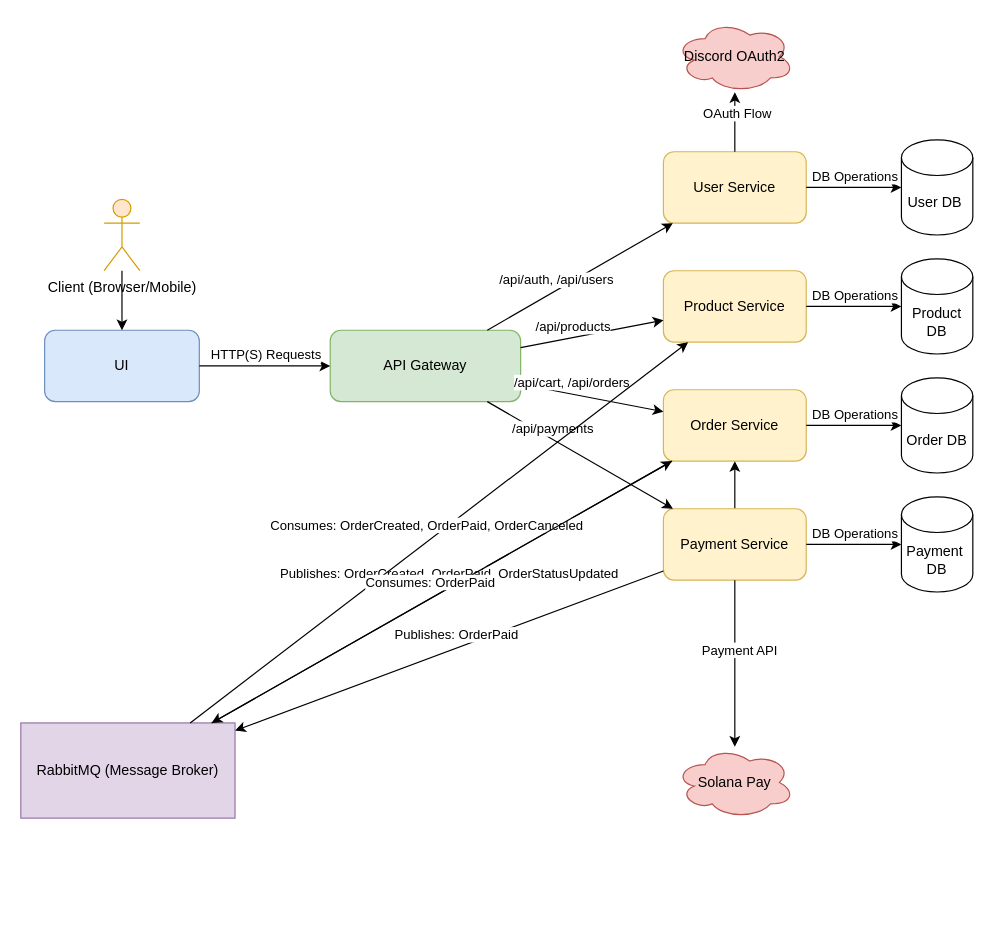
The draw.io diagram Requirement and Design/System-Diagram.drawio in happyfeetfollowme/tdccp-ecommerce-platform, before the edit. Source tidied: cells renumbered, new cells numbered last; positions are measured from the earlier drawing's top-left corner, leaving out a move shared by most shapes. Both pictures are drawn from the tidied source at 119%, with x=0, y=0 at pixel (20, 20).
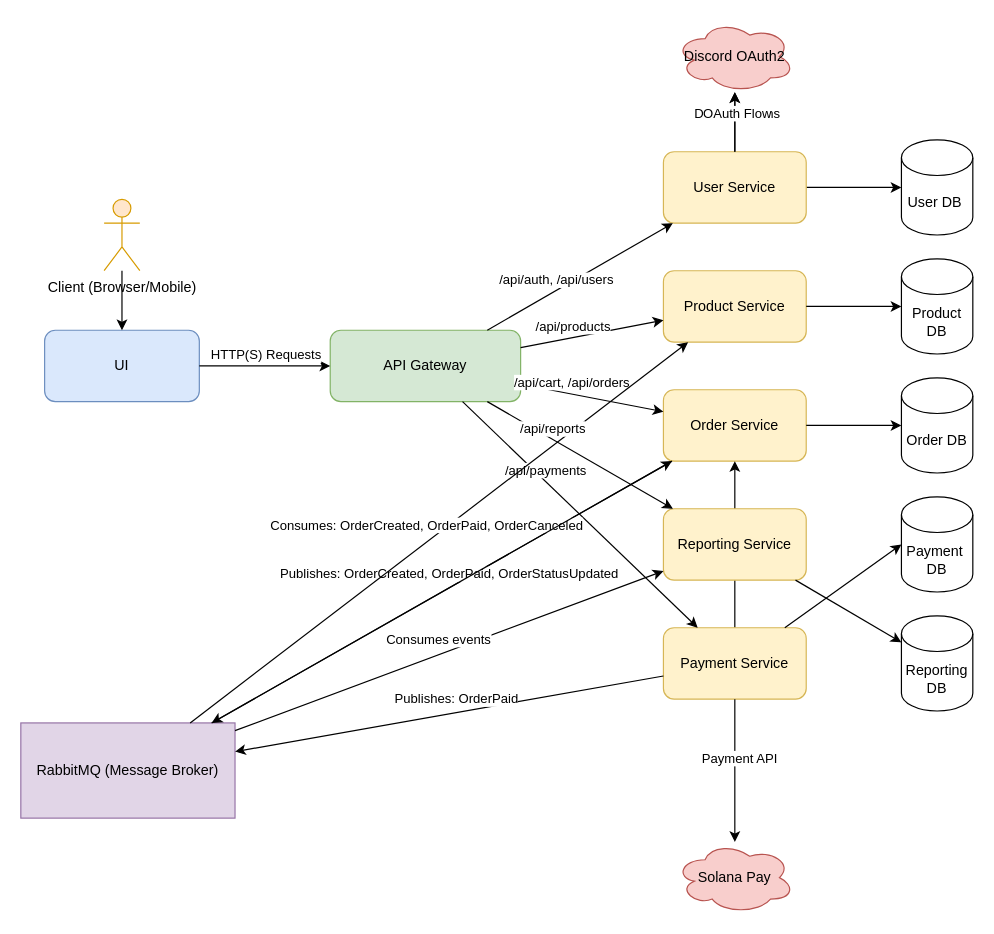
After the change.

The change refers to these unchanged cells:
```xml
<mxCell id="3" value="API Gateway" style="rounded=1;whiteSpace=wrap;html=1;fillColor=#d5e8d4;strokeColor=#82b366;" parent="1" vertex="1">
  <mxGeometry x="260" y="260" width="160" height="60" as="geometry" />
</mxCell>
<mxCell id="4" value="User Service" style="rounded=1;whiteSpace=wrap;html=1;fillColor=#fff2cc;strokeColor=#d6b656;" parent="1" vertex="1">
  <mxGeometry x="540" y="110" width="120" height="60" as="geometry" />
</mxCell>
<mxCell id="9" value="RabbitMQ (Message Broker)" style="cloud;whiteSpace=wrap;html=1;fillColor=#e1d5e7;strokeColor=#9673a6;" parent="1" vertex="1">
  <mxGeometry y="590" width="180" height="80" as="geometry" />
</mxCell>
<mxCell id="10" value="Discord OAuth2" style="shape=cloud;whiteSpace=wrap;html=1;fillColor=#f8cecc;strokeColor=#b85450;" parent="1" vertex="1">
  <mxGeometry x="550" width="100" height="60" as="geometry" />
</mxCell>
<mxCell id="24" style="endArrow=classic;html=1;rounded=0;" parent="1" edge="1" source="5">
  <mxGeometry relative="1" as="geometry">
    <mxPoint x="740" y="240" as="targetPoint" />
  </mxGeometry>
</mxCell>
<mxCell id="26" style="endArrow=classic;html=1;rounded=0;" parent="1" edge="1" source="6">
  <mxGeometry relative="1" as="geometry">
    <mxPoint x="740" y="340" as="targetPoint" />
  </mxGeometry>
</mxCell>
<mxCell id="28" style="endArrow=classic;html=1;rounded=0;" parent="1" edge="1" source="8">
  <mxGeometry relative="1" as="geometry">
    <mxPoint x="740" y="440" as="targetPoint" />
  </mxGeometry>
</mxCell>
<mxCell id="40" style="endArrow=classic;html=1;rounded=0;" parent="1" edge="1" source="9" target="6">
  <mxGeometry relative="1" as="geometry" />
</mxCell>
<mxCell id="44" value="User DB&amp;nbsp;" style="shape=cylinder3;whiteSpace=wrap;html=1;boundedLbl=1;backgroundOutline=1;size=15;" parent="1" vertex="1">
  <mxGeometry x="740" y="100" width="60" height="80" as="geometry" />
</mxCell>
```

What changed in the source:
```diff
@@
+    <mxCell id="48" style="edgeStyle=orthogonalEdgeStyle;rounded=0;jettySize=auto;html=1;exitX=1;exitY=0.5;exitDx=0;exitDy=0;" parent="1" edge="1" source="4" target="44">
+      <mxGeometry relative="1" as="geometry" />
+    </mxCell>
@@
     <mxCell id="8" value="Payment Service" style="rounded=1;whiteSpace=wrap;html=1;fillColor=#fff2cc;strokeColor=#d6b656;" parent="1" vertex="1">
-      <mxGeometry x="540" y="410" width="120" height="60" as="geometry" />
+      <mxGeometry x="540" y="510" width="120" height="60" as="geometry" />
     </mxCell>
@@
     <mxCell id="11" value="Solana Pay" style="shape=cloud;whiteSpace=wrap;html=1;fillColor=#f8cecc;strokeColor=#b85450;" parent="1" vertex="1">
-      <mxGeometry x="550" y="610" width="100" height="60" as="geometry" />
+      <mxGeometry x="550" y="690" width="100" height="60" as="geometry" />
     </mxCell>
@@
-    <mxCell id="22" style="endArrow=classic;html=1;rounded=0;" parent="1" edge="1" source="4">
-      <mxGeometry relative="1" as="geometry">
-        <mxPoint x="740" y="140" as="targetPoint" />
-      </mxGeometry>
+    <mxCell id="22" style="endArrow=classic;html=1;rounded=0;" parent="1" edge="1" source="4" target="10">
+      <mxGeometry relative="1" as="geometry" />
     </mxCell>
@@
-    <mxCell id="25" value="DB Operations" style="edgeLabel;html=1;align=center;verticalAlign=middle;" parent="24" vertex="1">
-      <mxGeometry x="-0.04" y="1" relative="1" as="geometry">
-        <mxPoint x="2" y="-9" as="offset" />
-      </mxGeometry>
-    </mxCell>
@@
-    <mxCell id="27" value="DB Operations" style="edgeLabel;html=1;align=center;verticalAlign=middle;" parent="26" vertex="1">
-      <mxGeometry x="-0.04" y="1" relative="1" as="geometry">
-        <mxPoint x="2" y="-9" as="offset" />
-      </mxGeometry>
-    </mxCell>
@@
-    <mxCell id="29" value="DB Operations" style="edgeLabel;html=1;align=center;verticalAlign=middle;" parent="28" vertex="1">
-      <mxGeometry x="-0.04" y="1" relative="1" as="geometry">
-        <mxPoint x="2" y="-9" as="offset" />
-      </mxGeometry>
-    </mxCell>
@@
-    <mxCell id="41" value="Consumes: OrderPaid" style="edgeLabel;html=1;align=center;verticalAlign=middle;" parent="40" vertex="1">
-      <mxGeometry x="-0.04" y="1" relative="1" as="geometry">
-        <mxPoint x="-2" y="-12" as="offset" />
-      </mxGeometry>
-    </mxCell>
@@
+    <mxCell id="49" value="Reporting Service" style="rounded=1;whiteSpace=wrap;html=1;fillColor=#fff2cc;strokeColor=#d6b656;" parent="1" vertex="1">
+      <mxGeometry x="540" y="410" width="120" height="60" as="geometry" />
+    </mxCell>
+    <mxCell id="50" value="Reporting DB" style="shape=cylinder3;whiteSpace=wrap;html=1;boundedLbl=1;backgroundOutline=1;size=15;" parent="1" vertex="1">
+      <mxGeometry x="740" y="500" width="60" height="80" as="geometry" />
+    </mxCell>
+    <mxCell id="51" style="endArrow=classic;html=1;rounded=0;" parent="1" edge="1" source="3" target="49">
+      <mxGeometry relative="1" as="geometry" />
+    </mxCell>
+    <mxCell id="52" value="/api/reports" style="edgeLabel;html=1;align=center;verticalAlign=middle;" parent="51" vertex="1">
+      <mxGeometry x="-0.28" y="-3" relative="1" as="geometry">
+        <mxPoint y="-13" as="offset" />
+      </mxGeometry>
+    </mxCell>
+    <mxCell id="53" style="endArrow=classic;html=1;rounded=0;" parent="1" edge="1" source="49" target="50">
+      <mxGeometry relative="1" as="geometry" />
+    </mxCell>
+    <mxCell id="54" style="endArrow=classic;html=1;rounded=0;" parent="1" edge="1" source="9" target="49">
+      <mxGeometry relative="1" as="geometry" />
+    </mxCell>
+    <mxCell id="55" value="Consumes events" style="edgeLabel;html=1;align=center;verticalAlign=middle;" parent="54" vertex="1">
+      <mxGeometry x="-0.04" y="1" relative="1" as="geometry">
+        <mxPoint x="-2" y="-12" as="offset" />
+      </mxGeometry>
+    </mxCell>
```
